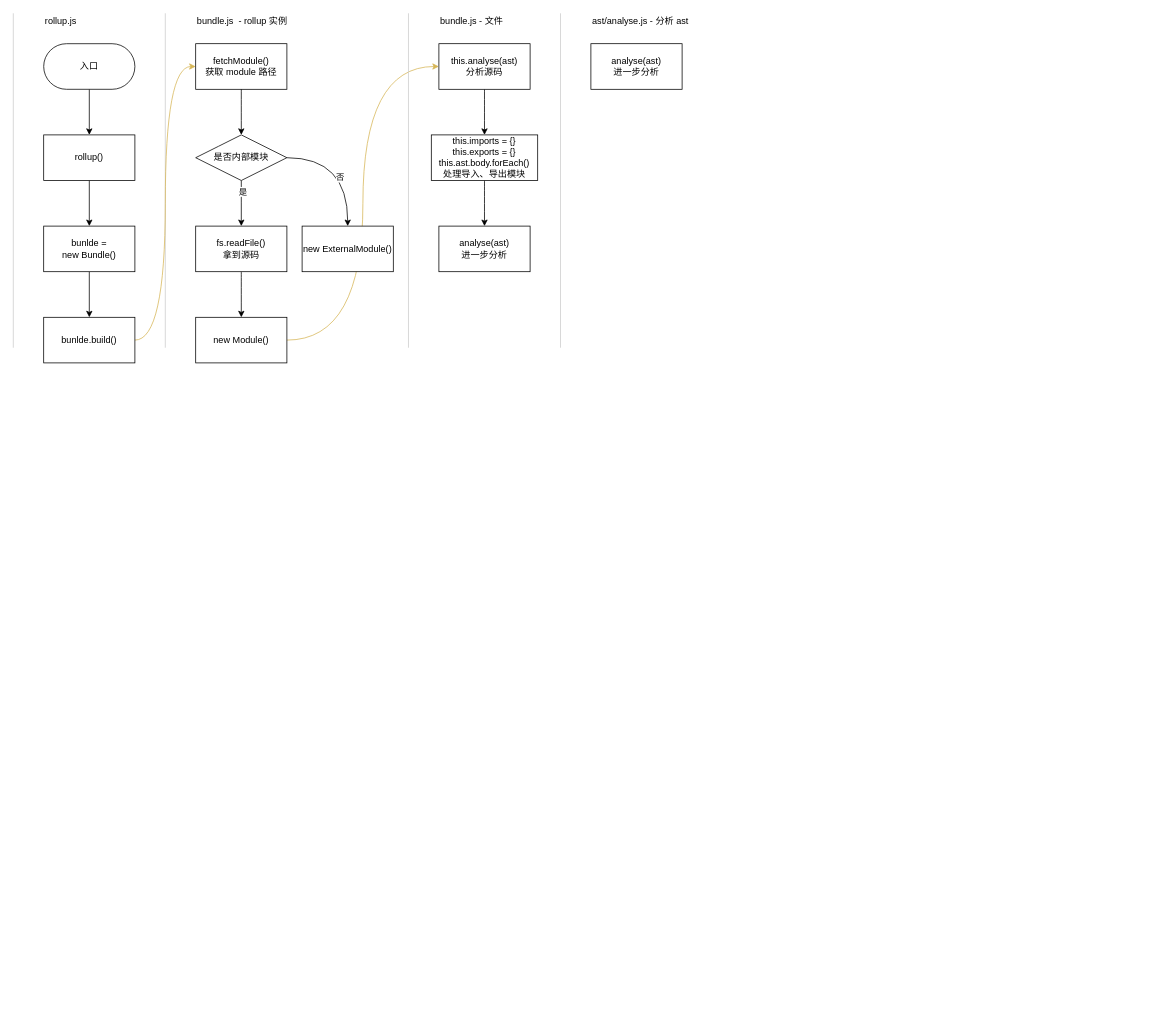
The draw.io diagram rollup.drawio in qqqqqcy/processon, before the edit. Source tidied: cells renumbered, new cells numbered last; positions are measured from the earlier drawing's top-left corner, leaving out a move shared by most shapes. Both pictures are drawn from the tidied source at 76%, with x=0, y=0 at pixel (13, 13).
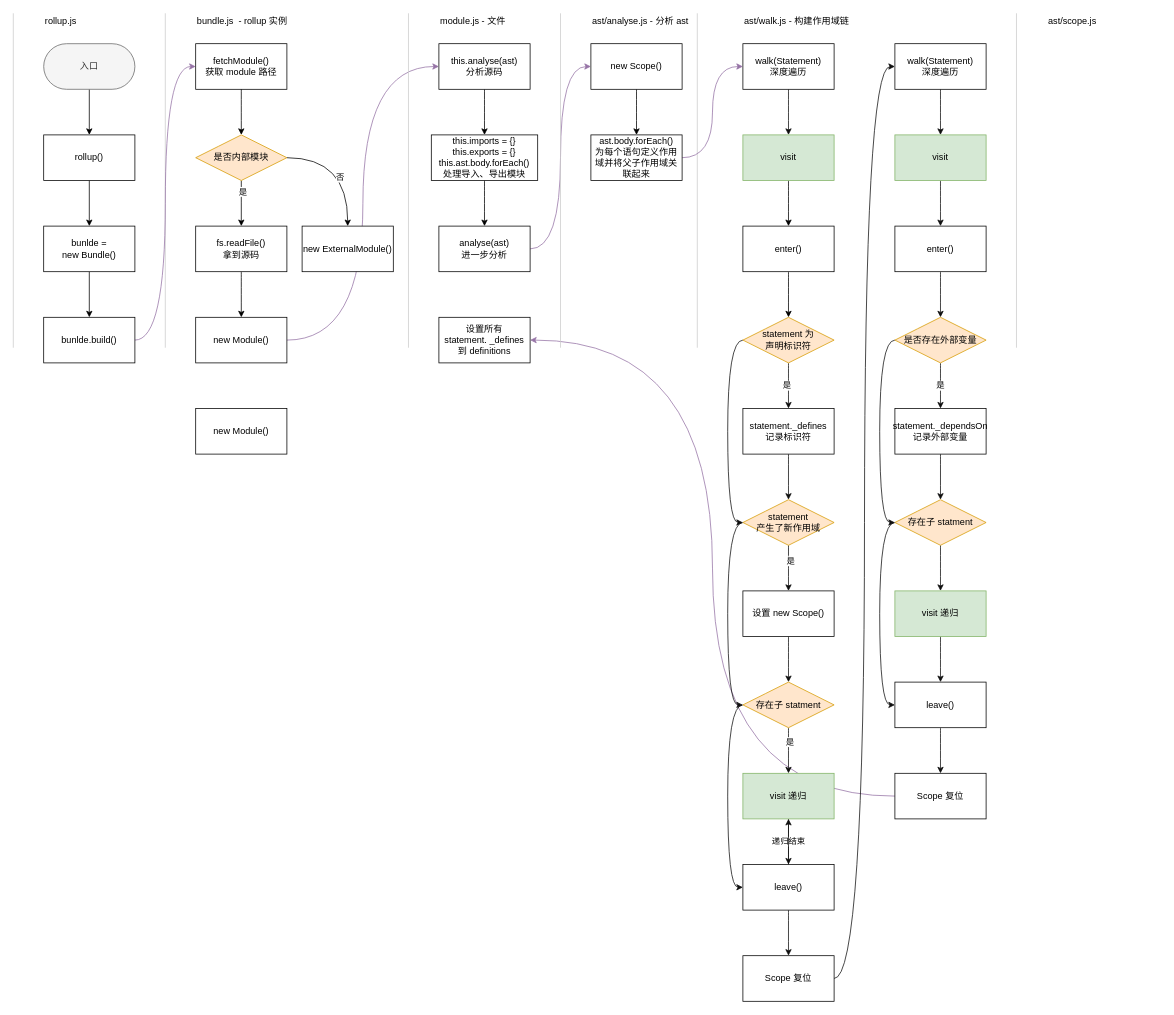
After the change.

The change refers to these unchanged cells:
```xml
<mxCell id="13" value="bunlde.build()" style="rounded=1;whiteSpace=wrap;html=1;arcSize=0;align=center;" parent="1" vertex="1">
  <mxGeometry x="40" y="400" width="120" height="60" as="geometry" />
</mxCell>
<mxCell id="14" value="fetchModule()&lt;br&gt;获取 module 路径" style="rounded=1;whiteSpace=wrap;html=1;arcSize=0;align=center;" parent="1" vertex="1">
  <mxGeometry x="240" y="40" width="120" height="60" as="geometry" />
</mxCell>
<mxCell id="21" value="new Module()" style="whiteSpace=wrap;html=1;rounded=1;arcSize=0;" parent="1" vertex="1">
  <mxGeometry x="240" y="400" width="120" height="60" as="geometry" />
</mxCell>
<mxCell id="27" value="this.analyse(ast)&lt;br&gt;分析源码" style="whiteSpace=wrap;html=1;rounded=1;arcSize=0;" parent="1" vertex="1">
  <mxGeometry x="560" y="40" width="120" height="60" as="geometry" />
</mxCell>
<mxCell id="32" value="&lt;span&gt;analyse(ast)&lt;/span&gt;&lt;br&gt;进一步分析" style="whiteSpace=wrap;html=1;rounded=1;arcSize=0;" parent="1" vertex="1">
  <mxGeometry x="560" y="280" width="120" height="60" as="geometry" />
</mxCell>
```

The edit, as a diff of the source:
```diff
@@
+    <mxCell id="36" style="edgeStyle=orthogonalEdgeStyle;curved=1;jettySize=auto;html=1;strokeColor=#9673a6;entryX=1;entryY=0.5;entryDx=0;entryDy=0;fillColor=#e1d5e7;" parent="1" edge="1" source="92" target="93">
+      <mxGeometry relative="1" as="geometry" />
+    </mxCell>
@@
-    <mxCell id="3" value="入口" style="rounded=1;whiteSpace=wrap;html=1;arcSize=50;" parent="1" vertex="1">
+    <mxCell id="3" value="入口" style="rounded=1;whiteSpace=wrap;html=1;arcSize=50;fillColor=#f5f5f5;strokeColor=#666666;fontColor=#333333;" parent="1" vertex="1">
       <mxGeometry x="40" y="40" width="120" height="60" as="geometry" />
     </mxCell>
@@
-    <mxCell id="12" style="edgeStyle=orthogonalEdgeStyle;jettySize=auto;html=1;entryX=0;entryY=0.5;entryDx=0;entryDy=0;curved=1;fillColor=#fff2cc;strokeColor=#d6b656;" parent="1" edge="1" source="13" target="14">
+    <mxCell id="12" style="edgeStyle=orthogonalEdgeStyle;jettySize=auto;html=1;entryX=0;entryY=0.5;entryDx=0;entryDy=0;curved=1;fillColor=#e1d5e7;strokeColor=#9673a6;" parent="1" edge="1" source="13" target="14">
       <mxGeometry relative="1" as="geometry" />
     </mxCell>
@@
-    <mxCell id="19" value="是否内部模块" style="rhombus;whiteSpace=wrap;html=1;rounded=1;arcSize=0;" parent="1" vertex="1">
+    <mxCell id="19" value="是否内部模块" style="rhombus;whiteSpace=wrap;html=1;rounded=1;arcSize=0;fillColor=#ffe6cc;strokeColor=#d79b00;" parent="1" vertex="1">
       <mxGeometry x="240" y="160" width="120" height="60" as="geometry" />
     </mxCell>
-    <mxCell id="20" style="edgeStyle=orthogonalEdgeStyle;curved=1;jettySize=auto;html=1;entryX=0;entryY=0.5;entryDx=0;entryDy=0;strokeColor=#d6b656;fillColor=#fff2cc;" parent="1" edge="1" source="21" target="27">
+    <mxCell id="20" style="edgeStyle=orthogonalEdgeStyle;curved=1;jettySize=auto;html=1;entryX=0;entryY=0.5;entryDx=0;entryDy=0;strokeColor=#9673a6;fillColor=#e1d5e7;" parent="1" edge="1" source="21" target="27">
       <mxGeometry relative="1" as="geometry" />
     </mxCell>
@@
-    <mxCell id="28" value="bundle.js - 文件" style="text;html=1;strokeColor=none;fillColor=none;align=left;verticalAlign=middle;whiteSpace=wrap;rounded=0;" parent="1" vertex="1">
+    <mxCell id="28" value="module.js - 文件" style="text;html=1;strokeColor=none;fillColor=none;align=left;verticalAlign=middle;whiteSpace=wrap;rounded=0;" parent="1" vertex="1">
       <mxGeometry x="560" width="130" height="20" as="geometry" />
     </mxCell>
@@
+    <mxCell id="37" style="edgeStyle=orthogonalEdgeStyle;curved=1;jettySize=auto;html=1;entryX=0;entryY=0.5;entryDx=0;entryDy=0;strokeColor=#9673a6;fillColor=#e1d5e7;" parent="1" edge="1" source="32" target="35">
+      <mxGeometry relative="1" as="geometry" />
+    </mxCell>
@@
+    <mxCell id="38" style="edgeStyle=orthogonalEdgeStyle;curved=1;jettySize=auto;html=1;strokeColor=#000000;" parent="1" edge="1" source="35" target="44">
+      <mxGeometry relative="1" as="geometry" />
+    </mxCell>
-    <mxCell id="35" value="&lt;span&gt;analyse(ast)&lt;/span&gt;&lt;br&gt;进一步分析" style="whiteSpace=wrap;html=1;rounded=1;arcSize=0;" parent="1" vertex="1">
+    <mxCell id="35" value="new Scope()" style="whiteSpace=wrap;html=1;rounded=1;arcSize=0;" parent="1" vertex="1">
       <mxGeometry x="760" y="40" width="120" height="60" as="geometry" />
     </mxCell>
+    <mxCell id="39" style="endArrow=none;html=1;fillColor=#f5f5f5;strokeColor=#CCCCCC;" parent="1" edge="1">
+      <mxGeometry relative="1" as="geometry">
+        <mxPoint x="900" y="440" as="sourcePoint" />
+        <mxPoint x="900" as="targetPoint" />
+      </mxGeometry>
+    </mxCell>
+    <mxCell id="40" value="ast/walk.js - 构建作用域链" style="text;html=1;strokeColor=none;fillColor=none;align=left;verticalAlign=middle;whiteSpace=wrap;rounded=0;" parent="1" vertex="1">
+      <mxGeometry x="960" width="150" height="20" as="geometry" />
+    </mxCell>
+    <mxCell id="41" style="edgeStyle=orthogonalEdgeStyle;curved=1;jettySize=auto;html=1;strokeColor=#000000;" parent="1" edge="1" source="42" target="48">
+      <mxGeometry relative="1" as="geometry" />
+    </mxCell>
+    <mxCell id="42" value="visit" style="whiteSpace=wrap;html=1;rounded=1;arcSize=0;fillColor=#d5e8d4;strokeColor=#82b366;" parent="1" vertex="1">
+      <mxGeometry x="960" y="160" width="120" height="60" as="geometry" />
+    </mxCell>
+    <mxCell id="43" style="edgeStyle=orthogonalEdgeStyle;curved=1;jettySize=auto;html=1;strokeColor=#9673a6;entryX=0;entryY=0.5;entryDx=0;entryDy=0;fillColor=#e1d5e7;" parent="1" edge="1" source="44" target="46">
+      <mxGeometry relative="1" as="geometry" />
+    </mxCell>
+    <mxCell id="44" value="ast.body.forEach()&lt;br&gt;为每个语句定义作用域并将父子作用域关联起来" style="whiteSpace=wrap;html=1;rounded=1;arcSize=0;" parent="1" vertex="1">
+      <mxGeometry x="760" y="160" width="120" height="60" as="geometry" />
+    </mxCell>
+    <mxCell id="45" style="edgeStyle=orthogonalEdgeStyle;curved=1;jettySize=auto;html=1;strokeColor=#0F0F0F;" parent="1" edge="1" source="46" target="42">
+      <mxGeometry relative="1" as="geometry" />
+    </mxCell>
+    <mxCell id="46" value="walk(Statement)&lt;br&gt;深度遍历" style="whiteSpace=wrap;html=1;rounded=1;arcSize=0;" parent="1" vertex="1">
+      <mxGeometry x="960" y="40" width="120" height="60" as="geometry" />
+    </mxCell>
+    <mxCell id="47" style="edgeStyle=orthogonalEdgeStyle;curved=1;jettySize=auto;html=1;strokeColor=#000000;entryX=0.5;entryY=0;entryDx=0;entryDy=0;" parent="1" edge="1" source="48" target="54">
+      <mxGeometry relative="1" as="geometry" />
+    </mxCell>
+    <mxCell id="48" value="enter()" style="whiteSpace=wrap;html=1;rounded=1;arcSize=0;" parent="1" vertex="1">
+      <mxGeometry x="960" y="280" width="120" height="60" as="geometry" />
+    </mxCell>
+    <mxCell id="49" style="endArrow=none;html=1;fillColor=#f5f5f5;strokeColor=#CCCCCC;" parent="1" edge="1">
+      <mxGeometry relative="1" as="geometry">
+        <mxPoint x="1320" y="440" as="sourcePoint" />
+        <mxPoint x="1320" as="targetPoint" />
+      </mxGeometry>
+    </mxCell>
+    <mxCell id="50" value="ast/scope.js" style="text;html=1;strokeColor=none;fillColor=none;align=left;verticalAlign=middle;whiteSpace=wrap;rounded=0;" parent="1" vertex="1">
+      <mxGeometry x="1360" width="150" height="20" as="geometry" />
+    </mxCell>
+    <mxCell id="51" style="edgeStyle=orthogonalEdgeStyle;curved=1;jettySize=auto;html=1;strokeColor=#0F0F0F;" parent="1" edge="1" source="54" target="56">
+      <mxGeometry relative="1" as="geometry" />
+    </mxCell>
+    <mxCell id="52" value="是" style="edgeLabel;html=1;align=center;verticalAlign=middle;" parent="51" vertex="1">
+      <mxGeometry x="-0.03" y="-3" relative="1" as="geometry" />
+    </mxCell>
+    <mxCell id="53" style="edgeStyle=orthogonalEdgeStyle;curved=1;jettySize=auto;html=1;entryX=0;entryY=0.5;entryDx=0;entryDy=0;strokeColor=#0F0F0F;exitX=0;exitY=0.5;exitDx=0;exitDy=0;" parent="1" edge="1" source="54" target="60">
+      <mxGeometry relative="1" as="geometry" />
+    </mxCell>
+    <mxCell id="54" value="statement 为&lt;br&gt;声明标识符" style="rhombus;whiteSpace=wrap;html=1;rounded=1;arcSize=0;fillColor=#ffe6cc;strokeColor=#d79b00;" parent="1" vertex="1">
+      <mxGeometry x="960" y="400" width="120" height="60" as="geometry" />
+    </mxCell>
+    <mxCell id="55" style="edgeStyle=orthogonalEdgeStyle;curved=1;jettySize=auto;html=1;strokeColor=#0F0F0F;" parent="1" edge="1" source="56" target="60">
+      <mxGeometry relative="1" as="geometry" />
+    </mxCell>
+    <mxCell id="56" value="statement._defines&lt;br&gt;记录标识符" style="whiteSpace=wrap;html=1;rounded=1;arcSize=0;" parent="1" vertex="1">
+      <mxGeometry x="960" y="520" width="120" height="60" as="geometry" />
+    </mxCell>
+    <mxCell id="57" style="edgeStyle=orthogonalEdgeStyle;curved=1;jettySize=auto;html=1;strokeColor=#0F0F0F;" parent="1" edge="1" source="60" target="62">
+      <mxGeometry relative="1" as="geometry" />
+    </mxCell>
+    <mxCell id="58" value="是" style="edgeLabel;html=1;align=center;verticalAlign=middle;" parent="57" vertex="1">
+      <mxGeometry x="-0.33" y="2" relative="1" as="geometry" />
+    </mxCell>
+    <mxCell id="59" style="edgeStyle=orthogonalEdgeStyle;curved=1;jettySize=auto;html=1;entryX=0;entryY=0.5;entryDx=0;entryDy=0;strokeColor=#0F0F0F;exitX=0;exitY=0.5;exitDx=0;exitDy=0;" parent="1" edge="1" source="60" target="66">
+      <mxGeometry relative="1" as="geometry" />
+    </mxCell>
+    <mxCell id="60" value="statement&lt;br&gt;产生了新作用域" style="rhombus;whiteSpace=wrap;html=1;rounded=1;arcSize=0;fillColor=#ffe6cc;strokeColor=#d79b00;" parent="1" vertex="1">
+      <mxGeometry x="960" y="640" width="120" height="60" as="geometry" />
+    </mxCell>
+    <mxCell id="61" style="edgeStyle=orthogonalEdgeStyle;curved=1;jettySize=auto;html=1;strokeColor=#0F0F0F;" parent="1" edge="1" source="62" target="66">
+      <mxGeometry relative="1" as="geometry" />
+    </mxCell>
+    <mxCell id="62" value="设置 new Scope()" style="whiteSpace=wrap;html=1;rounded=1;arcSize=0;" parent="1" vertex="1">
+      <mxGeometry x="960" y="760" width="120" height="60" as="geometry" />
+    </mxCell>
+    <mxCell id="63" style="edgeStyle=orthogonalEdgeStyle;curved=1;jettySize=auto;html=1;strokeColor=#0F0F0F;" parent="1" edge="1" source="66" target="68">
+      <mxGeometry relative="1" as="geometry" />
+    </mxCell>
+    <mxCell id="64" value="是" style="edgeLabel;html=1;align=center;verticalAlign=middle;" parent="63" vertex="1">
+      <mxGeometry x="-0.4" y="1" relative="1" as="geometry" />
+    </mxCell>
+    <mxCell id="65" style="edgeStyle=orthogonalEdgeStyle;curved=1;jettySize=auto;html=1;entryX=0;entryY=0.5;entryDx=0;entryDy=0;strokeColor=#0F0F0F;exitX=0;exitY=0.5;exitDx=0;exitDy=0;" parent="1" edge="1" source="66" target="71">
+      <mxGeometry relative="1" as="geometry" />
+    </mxCell>
+    <mxCell id="66" value="存在子 statment" style="rhombus;whiteSpace=wrap;html=1;rounded=1;arcSize=0;fillColor=#ffe6cc;strokeColor=#d79b00;" parent="1" vertex="1">
+      <mxGeometry x="960" y="880" width="120" height="60" as="geometry" />
+    </mxCell>
+    <mxCell id="67" value="递归结束" style="edgeStyle=orthogonalEdgeStyle;curved=1;jettySize=auto;html=1;strokeColor=#0F0F0F;" parent="1" edge="1" source="68" target="71">
+      <mxGeometry relative="1" as="geometry" />
+    </mxCell>
+    <mxCell id="68" value="visit 递归" style="whiteSpace=wrap;html=1;rounded=1;strokeColor=#82b366;fillColor=#d5e8d4;arcSize=0;" parent="1" vertex="1">
+      <mxGeometry x="960" y="1000" width="120" height="60" as="geometry" />
+    </mxCell>
+    <mxCell id="69" style="edgeStyle=orthogonalEdgeStyle;curved=1;jettySize=auto;html=1;strokeColor=#0F0F0F;" parent="1" edge="1" source="71" target="73">
+      <mxGeometry relative="1" as="geometry" />
+    </mxCell>
+    <mxCell id="70" style="edgeStyle=orthogonalEdgeStyle;curved=1;jettySize=auto;html=1;strokeColor=#0F0F0F;" parent="1" edge="1" source="71" target="68">
+      <mxGeometry relative="1" as="geometry" />
+    </mxCell>
+    <mxCell id="71" value="leave()" style="whiteSpace=wrap;html=1;rounded=1;arcSize=0;" parent="1" vertex="1">
+      <mxGeometry x="960" y="1120" width="120" height="60" as="geometry" />
+    </mxCell>
+    <mxCell id="72" style="edgeStyle=orthogonalEdgeStyle;curved=1;jettySize=auto;html=1;strokeColor=#0F0F0F;entryX=0;entryY=0.5;entryDx=0;entryDy=0;" parent="1" edge="1" source="73" target="77">
+      <mxGeometry relative="1" as="geometry" />
+    </mxCell>
+    <mxCell id="73" value="Scope 复位" style="whiteSpace=wrap;html=1;rounded=1;arcSize=0;" parent="1" vertex="1">
+      <mxGeometry x="960" y="1240" width="120" height="60" as="geometry" />
+    </mxCell>
+    <mxCell id="74" style="edgeStyle=orthogonalEdgeStyle;curved=1;jettySize=auto;html=1;strokeColor=#0F0F0F;" parent="1" edge="1" source="75" target="79">
+      <mxGeometry relative="1" as="geometry" />
+    </mxCell>
+    <mxCell id="75" value="visit" style="whiteSpace=wrap;html=1;rounded=1;arcSize=0;fillColor=#d5e8d4;strokeColor=#82b366;" parent="1" vertex="1">
+      <mxGeometry x="1160" y="160" width="120" height="60" as="geometry" />
+    </mxCell>
+    <mxCell id="76" style="edgeStyle=orthogonalEdgeStyle;curved=1;jettySize=auto;html=1;strokeColor=#0F0F0F;" parent="1" edge="1" source="77" target="75">
+      <mxGeometry relative="1" as="geometry" />
+    </mxCell>
+    <mxCell id="77" value="walk(Statement)&lt;br&gt;深度遍历" style="whiteSpace=wrap;html=1;rounded=1;arcSize=0;" parent="1" vertex="1">
+      <mxGeometry x="1160" y="40" width="120" height="60" as="geometry" />
+    </mxCell>
+    <mxCell id="78" style="edgeStyle=orthogonalEdgeStyle;curved=1;jettySize=auto;html=1;strokeColor=#0F0F0F;" parent="1" edge="1" source="79" target="82">
+      <mxGeometry relative="1" as="geometry" />
+    </mxCell>
+    <mxCell id="79" value="enter()" style="whiteSpace=wrap;html=1;rounded=1;arcSize=0;" parent="1" vertex="1">
+      <mxGeometry x="1160" y="280" width="120" height="60" as="geometry" />
+    </mxCell>
+    <mxCell id="80" value="是" style="edgeStyle=orthogonalEdgeStyle;curved=1;jettySize=auto;html=1;strokeColor=#0F0F0F;" parent="1" edge="1" source="82" target="84">
+      <mxGeometry relative="1" as="geometry" />
+    </mxCell>
+    <mxCell id="81" style="edgeStyle=orthogonalEdgeStyle;curved=1;jettySize=auto;html=1;entryX=0;entryY=0.5;entryDx=0;entryDy=0;strokeColor=#0F0F0F;exitX=0;exitY=0.5;exitDx=0;exitDy=0;" parent="1" edge="1" source="82" target="87">
+      <mxGeometry relative="1" as="geometry" />
+    </mxCell>
+    <mxCell id="82" value="是否存在外部变量" style="rhombus;whiteSpace=wrap;html=1;rounded=1;arcSize=0;fillColor=#ffe6cc;strokeColor=#d79b00;" parent="1" vertex="1">
+      <mxGeometry x="1160" y="400" width="120" height="60" as="geometry" />
+    </mxCell>
+    <mxCell id="83" style="edgeStyle=orthogonalEdgeStyle;curved=1;jettySize=auto;html=1;strokeColor=#0F0F0F;" parent="1" edge="1" source="84" target="87">
+      <mxGeometry relative="1" as="geometry" />
+    </mxCell>
+    <mxCell id="84" value="statement._dependsOn&lt;br&gt;记录外部变量" style="whiteSpace=wrap;html=1;rounded=1;arcSize=0;" parent="1" vertex="1">
+      <mxGeometry x="1160" y="520" width="120" height="60" as="geometry" />
+    </mxCell>
+    <mxCell id="85" style="edgeStyle=orthogonalEdgeStyle;curved=1;jettySize=auto;html=1;strokeColor=#0F0F0F;" parent="1" edge="1" source="87" target="89">
+      <mxGeometry relative="1" as="geometry" />
+    </mxCell>
+    <mxCell id="86" style="edgeStyle=orthogonalEdgeStyle;curved=1;jettySize=auto;html=1;entryX=0;entryY=0.5;entryDx=0;entryDy=0;strokeColor=#0F0F0F;exitX=0;exitY=0.5;exitDx=0;exitDy=0;" parent="1" edge="1" source="87" target="91">
+      <mxGeometry relative="1" as="geometry" />
+    </mxCell>
+    <mxCell id="87" value="存在子 statment" style="rhombus;whiteSpace=wrap;html=1;rounded=1;arcSize=0;fillColor=#ffe6cc;strokeColor=#d79b00;" parent="1" vertex="1">
+      <mxGeometry x="1160" y="640" width="120" height="60" as="geometry" />
+    </mxCell>
+    <mxCell id="88" style="edgeStyle=orthogonalEdgeStyle;curved=1;jettySize=auto;html=1;strokeColor=#0F0F0F;" parent="1" edge="1" source="89" target="91">
+      <mxGeometry relative="1" as="geometry" />
+    </mxCell>
+    <mxCell id="89" value="visit 递归" style="whiteSpace=wrap;html=1;rounded=1;strokeColor=#82b366;fillColor=#d5e8d4;arcSize=0;" parent="1" vertex="1">
+      <mxGeometry x="1160" y="760" width="120" height="60" as="geometry" />
+    </mxCell>
+    <mxCell id="90" style="edgeStyle=orthogonalEdgeStyle;curved=1;jettySize=auto;html=1;strokeColor=#0F0F0F;" parent="1" edge="1" source="91" target="92">
+      <mxGeometry relative="1" as="geometry" />
+    </mxCell>
+    <mxCell id="91" value="leave()" style="whiteSpace=wrap;html=1;rounded=1;arcSize=0;" parent="1" vertex="1">
+      <mxGeometry x="1160" y="880" width="120" height="60" as="geometry" />
+    </mxCell>
+    <mxCell id="92" value="Scope 复位" style="whiteSpace=wrap;html=1;rounded=1;arcSize=0;" parent="1" vertex="1">
+      <mxGeometry x="1160" y="1000" width="120" height="60" as="geometry" />
+    </mxCell>
+    <mxCell id="93" value="设置所有 &lt;br&gt;statement.&amp;nbsp;_defines&lt;br&gt;到&amp;nbsp;definitions" style="whiteSpace=wrap;html=1;rounded=1;arcSize=0;" parent="1" vertex="1">
+      <mxGeometry x="560" y="400" width="120" height="60" as="geometry" />
+    </mxCell>
+    <mxCell id="94" value="new Module()" style="whiteSpace=wrap;html=1;rounded=1;arcSize=0;" parent="1" vertex="1">
+      <mxGeometry x="240" y="520" width="120" height="60" as="geometry" />
+    </mxCell>
```
